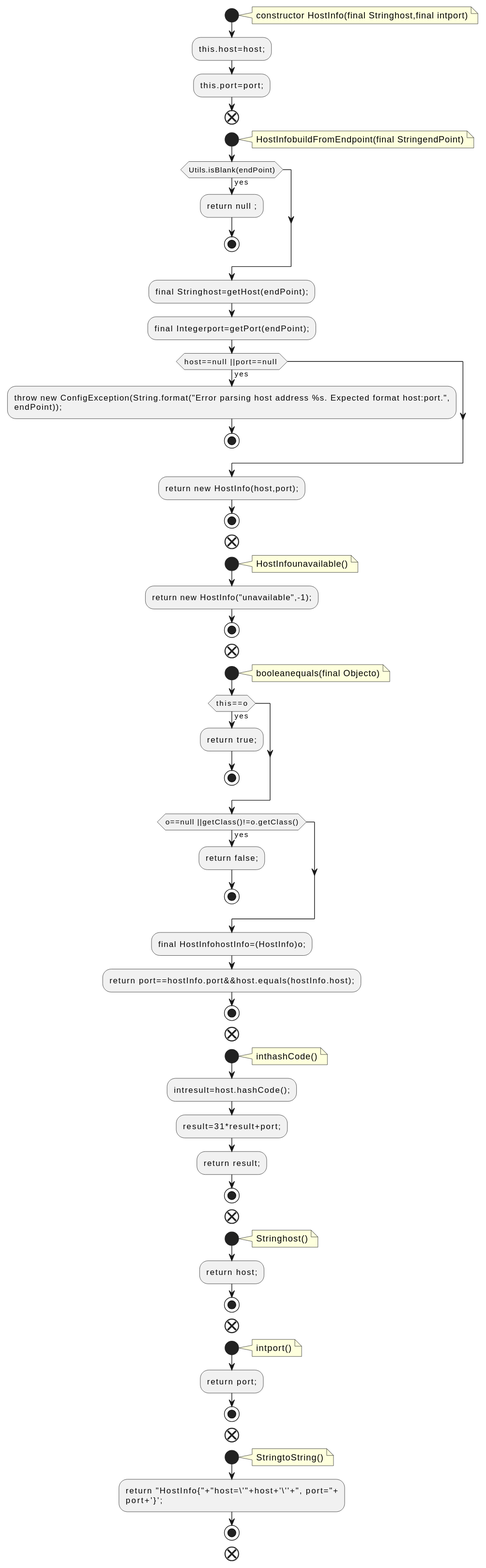
The PlantUML diagram docs/qc/streams/src/main/java/org/apache/kafka/streams/state/HostInfo.java.fct.svg in qualitesys/kafka, before a commit.
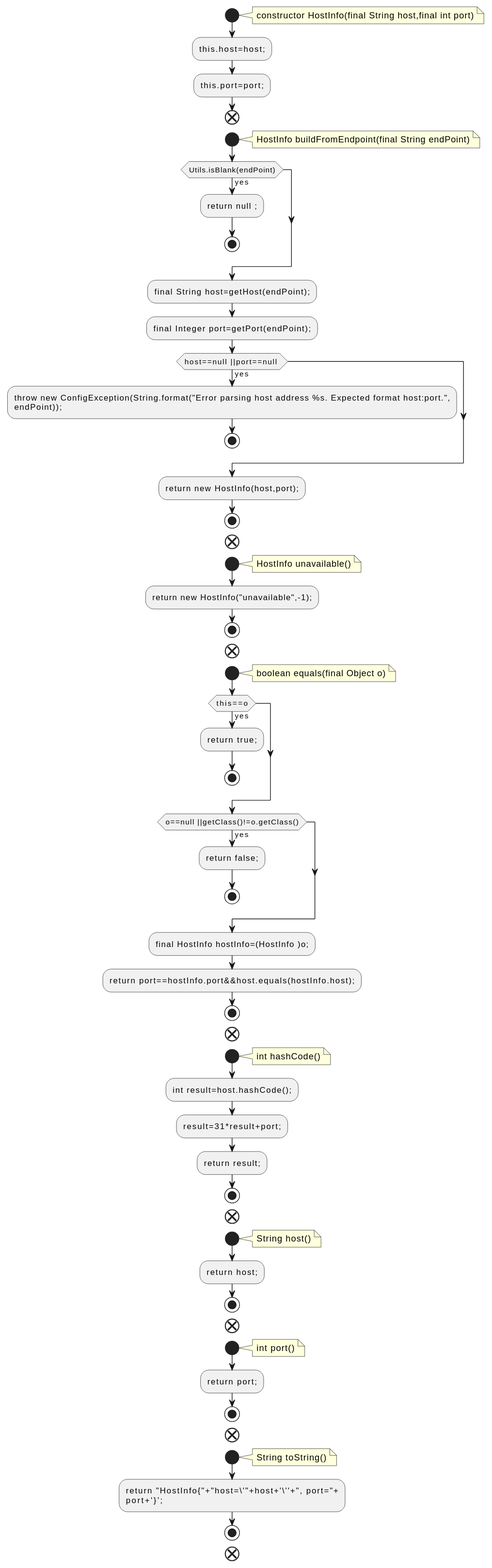
The same diagram one commit later.

What changed in the source:
```diff
@@ -2,21 +2,21 @@
 !pragma layout smetana
 start
 note right
-constructor HostInfo(final Stringhost,final intport)
+constructor HostInfo(final String host,final int port)
 end note
 :this.host=host;;
 :this.port=port;;
 end
 start
 note right
-HostInfobuildFromEndpoint(final StringendPoint)
+HostInfo buildFromEndpoint(final String endPoint)
 end note
 if (Utils.isBlank(endPoint)) then (yes)
 :return null ;;
 stop
 endif
-:final Stringhost=getHost(endPoint);;
-:final Integerport=getPort(endPoint);;
+:final String host=getHost(endPoint);;
+:final Integer port=getPort(endPoint);;
 if (host==null ||port==null ) then (yes)
 :throw new ConfigException(String.format("Error parsing host address %s. Expected format host:port.",
 endPoint));;
@@ -27,14 +27,14 @@
 end
 start
 note right
-HostInfounavailable()
+HostInfo unavailable()
 end note
 :return new HostInfo("unavailable",-1);;
 stop
 end
 start
 note right
-booleanequals(final Objecto)
+boolean equals(final Object o)
 end note
 if (this==o) then (yes)
 :return true;;
@@ -44,36 +44,36 @@
 :return false;;
 stop
 endif
-:final HostInfohostInfo=(HostInfo)o;;
+:final HostInfo hostInfo=(HostInfo )o;;
 :return port==hostInfo.port&&host.equals(hostInfo.host);;
 stop
 end
 start
 note right
-inthashCode()
+int hashCode()
 end note
-:intresult=host.hashCode();;
+:int result=host.hashCode();;
 :result=31*result+port;;
 :return result;;
 stop
 end
 start
 note right
-Stringhost()
+String host()
 end note
 :return host;;
 stop
 end
 start
 note right
-intport()
+int port()
 end note
 :return port;;
 stop
 end
 start
 note right
-StringtoString()
+String toString()
 end note
 :return "HostInfo{"+"host=\'"+host+'\''+", port="+
 port+'}';;
```
